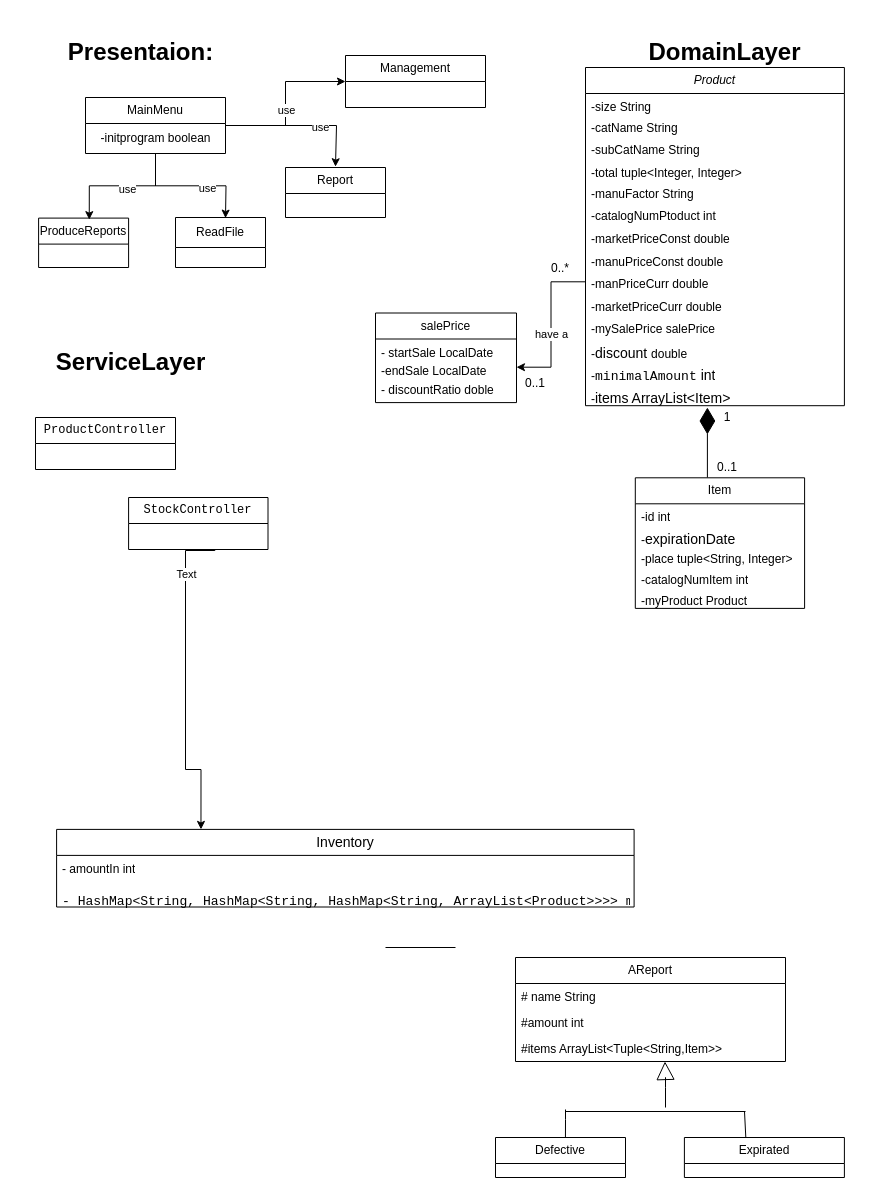
This is docs/ClassDiagram.drawio from NatallieMirelashvili/ADSS_Group_E, a draw.io file, before an edit. Source tidied: cells renumbered, new cells numbered last; positions are measured from the earlier drawing's top-left corner, leaving out a move shared by most shapes. Both pictures are drawn from the tidied source at 100%, with x=0, y=0 at pixel (16, 17).
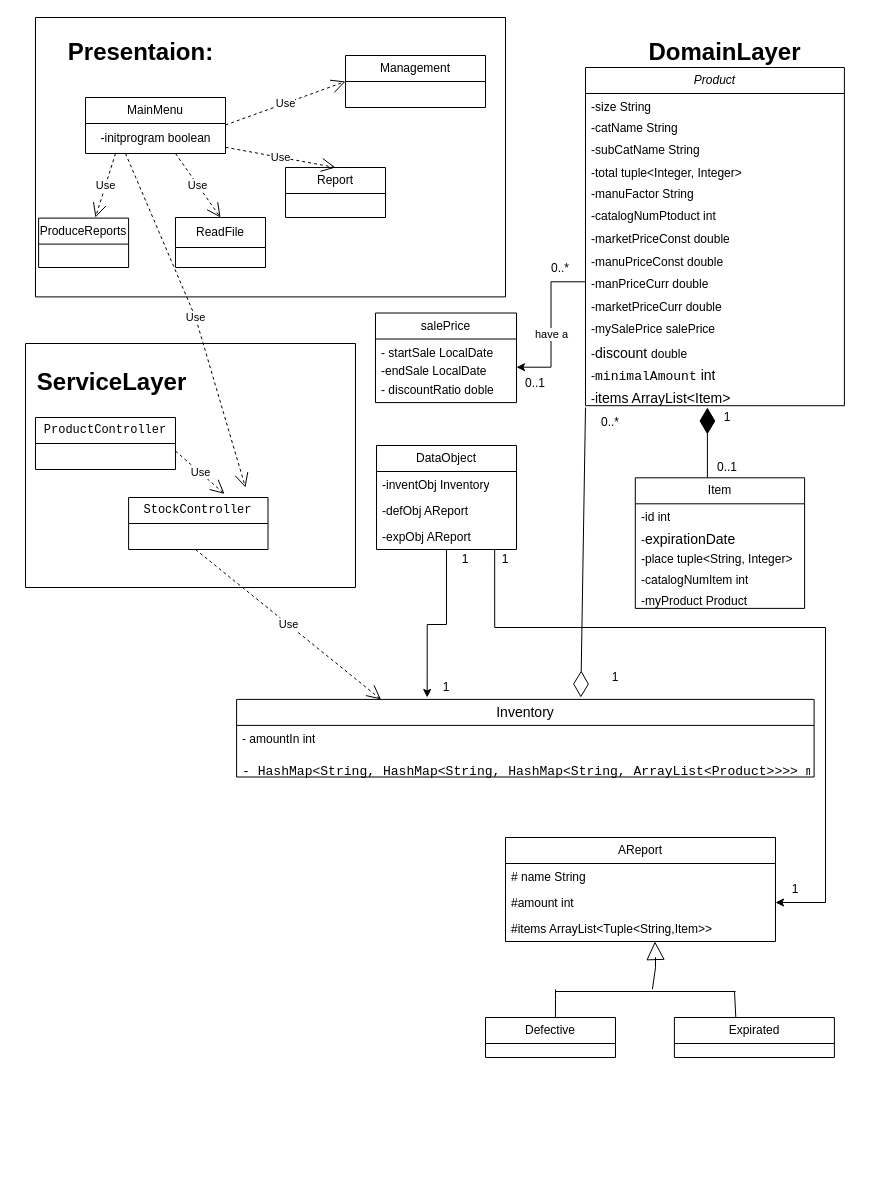
The same diagram, later.

The change refers to these unchanged cells:
```xml
<mxCell id="5" value="Management" style="swimlane;fontStyle=0;horizontal=1;startSize=26;fillColor=none;whiteSpace=wrap;html=1;" parent="1" vertex="1">
  <mxGeometry x="329" y="38" width="140" height="52" as="geometry" />
</mxCell>
<mxCell id="17" value="&lt;div style=&quot;font-family: &amp;quot;Segoe UI&amp;quot;; font-size: 9pt;&quot;&gt;&lt;pre style=&quot;&quot;&gt;StockController&lt;/pre&gt;&lt;/div&gt;" style="swimlane;fontStyle=0;horizontal=1;startSize=26;fillColor=none;whiteSpace=wrap;html=1;" parent="1" vertex="1">
  <mxGeometry x="112.1" y="480" width="139.4" height="52" as="geometry" />
</mxCell>
<mxCell id="20" style="group;" parent="19" vertex="1">
  <mxGeometry x="210" width="258.9" height="540.9" as="geometry" />
</mxCell>
<mxCell id="56" value="#amount int" style="text;strokeColor=none;fillColor=none;align=left;verticalAlign=top;spacingLeft=4;spacingRight=4;overflow=hidden;points=[[0,0.5],[1,0.5]];portConstraint=eastwest;whiteSpace=wrap;html=1;" parent="54" vertex="1">
  <mxGeometry y="52" width="270" height="26" as="geometry" />
</mxCell>
```

Diff of the diagram source:
```diff
@@
-    <mxCell id="2" value="Expirated" style="swimlane;fontStyle=0;horizontal=1;startSize=26;fillColor=none;whiteSpace=wrap;html=1;" parent="1" vertex="1">
-      <mxGeometry x="667.9" y="1120" width="160" height="40" as="geometry" />
-    </mxCell>
-    <mxCell id="3" value="Defective" style="swimlane;fontStyle=0;horizontal=1;startSize=26;fillColor=none;whiteSpace=wrap;html=1;" parent="1" vertex="1">
-      <mxGeometry x="479" y="1120" width="130" height="40" as="geometry" />
-    </mxCell>
-    <mxCell id="4" style="endArrow=block;endSize=16;endFill=0;html=1;rounded=0;entryX=0.5;entryY=1;entryDx=0;entryDy=0;" parent="1" edge="1">
-      <mxGeometry relative="1" as="geometry">
-        <mxPoint x="649" y="1090" as="sourcePoint" />
-        <mxPoint x="648.5" y="1044" as="targetPoint" />
-        <Array as="points">
-          <mxPoint x="649" y="1070" />
-          <mxPoint x="649" y="1060" />
-        </Array>
-      </mxGeometry>
-    </mxCell>
@@
-    <mxCell id="6" style="edgeStyle=orthogonalEdgeStyle;rounded=0;jettySize=auto;html=1;entryX=0;entryY=0.5;entryDx=0;entryDy=0;" parent="1" edge="1" source="65" target="5">
-      <mxGeometry relative="1" as="geometry" />
-    </mxCell>
-    <mxCell id="7" value="use" style="edgeLabel;html=1;align=center;verticalAlign=middle;" parent="6" vertex="1">
-      <mxGeometry x="-0.07" relative="1" as="geometry" />
-    </mxCell>
@@
-    <mxCell id="11" style="group;" parent="1" vertex="1">
-      <mxGeometry x="0.3" y="790" width="617.3" height="120.7" as="geometry" />
-    </mxCell>
-    <mxCell id="12" value="&lt;span style=&quot;font-family: Assistant; font-size: 14px; text-align: start;&quot;&gt;Inventory&lt;/span&gt;" style="swimlane;fontStyle=0;horizontal=1;startSize=26;fillColor=none;whiteSpace=wrap;html=1;" parent="11" vertex="1">
-      <mxGeometry x="39.8" y="21.9" width="577.5" height="77.6" as="geometry" />
-    </mxCell>
-    <mxCell id="13" value="- amountIn int&lt;div&gt;&lt;br&gt;&lt;/div&gt;" style="text;strokeColor=none;fillColor=none;align=left;verticalAlign=top;spacingLeft=4;spacingRight=4;overflow=hidden;whiteSpace=wrap;html=1;" parent="12" vertex="1">
-      <mxGeometry y="26" width="577.5" height="18.7" as="geometry" />
-    </mxCell>
-    <mxCell id="14" value="&lt;div style=&quot;font-family: &amp;quot;JetBrains Mono&amp;quot;, monospace; font-size: 9.8pt;&quot;&gt;&lt;pre style=&quot;&quot;&gt;- HashMap&amp;lt;String, HashMap&amp;lt;String, HashMap&amp;lt;String, ArrayList&amp;lt;Product&amp;gt;&amp;gt;&amp;gt;&amp;gt; myStock&lt;/pre&gt;&lt;/div&gt;" style="text;strokeColor=none;fillColor=none;align=left;verticalAlign=top;spacingLeft=4;spacingRight=4;overflow=hidden;whiteSpace=wrap;html=1;" parent="12" vertex="1">
-      <mxGeometry y="44.7" width="577.5" height="32.9" as="geometry" />
-    </mxCell>
-    <mxCell id="15" style="edgeStyle=orthogonalEdgeStyle;rounded=0;jettySize=auto;html=1;entryX=0.25;entryY=0;entryDx=0;entryDy=0;" parent="1" edge="1" target="12">
-      <mxGeometry relative="1" as="geometry">
-        <mxPoint x="198.4" y="532" as="sourcePoint" />
-        <Array as="points">
-          <mxPoint x="198" y="533" />
-          <mxPoint x="169" y="533" />
-          <mxPoint x="169" y="752" />
-          <mxPoint x="185" y="752" />
-        </Array>
-      </mxGeometry>
-    </mxCell>
-    <mxCell id="16" value="Text" style="edgeLabel;html=1;align=center;verticalAlign=middle;" parent="15" vertex="1">
-      <mxGeometry x="-0.67" relative="1" as="geometry" />
-    </mxCell>
@@
     <mxCell id="18" value="&lt;h1&gt;ServiceLayer&lt;/h1&gt;" style="text;html=1;align=center;verticalAlign=middle;strokeColor=none;fillColor=none;" parent="1" vertex="1">
-      <mxGeometry x="29" y="310" width="170" height="70" as="geometry" />
+      <mxGeometry x="10.3" y="330" width="170" height="70" as="geometry" />
     </mxCell>
     <mxCell id="19" style="group;" parent="1" vertex="1">
-      <mxGeometry x="359" y="50" width="468.9" height="540.9" as="geometry" />
+      <mxGeometry x="359" y="50" width="468.9" height="650.7" as="geometry" />
     </mxCell>
@@
+    <mxCell id="74" value="0..*" style="text;strokeColor=none;align=center;fillColor=none;html=1;verticalAlign=middle;whiteSpace=wrap;rounded=0;" parent="20" vertex="1">
+      <mxGeometry y="340" width="50" height="30" as="geometry" />
+    </mxCell>
@@
     <mxCell id="47" style="group;" parent="19" vertex="1">
-      <mxGeometry y="186.1" width="141" height="215.9" as="geometry" />
+      <mxGeometry y="186.1" width="141" height="295.9" as="geometry" />
     </mxCell>
@@
+    <mxCell id="75" value="DataObject" style="swimlane;fontStyle=0;horizontal=1;startSize=26;fillColor=none;whiteSpace=wrap;html=1;" parent="47" vertex="1">
+      <mxGeometry x="1" y="191.9" width="140" height="104" as="geometry" />
+    </mxCell>
+    <mxCell id="76" value="-inventObj Inventory" style="text;strokeColor=none;fillColor=none;align=left;verticalAlign=top;spacingLeft=4;spacingRight=4;overflow=hidden;whiteSpace=wrap;html=1;" parent="75" vertex="1">
+      <mxGeometry y="26" width="140" height="26" as="geometry" />
+    </mxCell>
+    <mxCell id="77" value="-defObj AReport" style="text;strokeColor=none;fillColor=none;align=left;verticalAlign=top;spacingLeft=4;spacingRight=4;overflow=hidden;whiteSpace=wrap;html=1;" parent="75" vertex="1">
+      <mxGeometry y="52" width="140" height="26" as="geometry" />
+    </mxCell>
+    <mxCell id="78" value="-expObj AReport" style="text;strokeColor=none;fillColor=none;align=left;verticalAlign=top;spacingLeft=4;spacingRight=4;overflow=hidden;points=[[0,0.5],[1,0.5]];portConstraint=eastwest;whiteSpace=wrap;html=1;" parent="75" vertex="1">
+      <mxGeometry y="78" width="140" height="26" as="geometry" />
+    </mxCell>
@@
+    <mxCell id="79" value="1" style="text;strokeColor=none;align=center;fillColor=none;html=1;verticalAlign=middle;whiteSpace=wrap;rounded=0;" parent="19" vertex="1">
+      <mxGeometry x="220" y="600" width="40" height="20" as="geometry" />
+    </mxCell>
+    <mxCell id="80" value="1" style="text;strokeColor=none;align=center;fillColor=none;html=1;verticalAlign=middle;whiteSpace=wrap;rounded=0;" parent="19" vertex="1">
+      <mxGeometry x="70" y="482" width="40" height="20" as="geometry" />
+    </mxCell>
+    <mxCell id="81" value="1" style="text;strokeColor=none;align=center;fillColor=none;html=1;verticalAlign=middle;whiteSpace=wrap;rounded=0;" parent="19" vertex="1">
+      <mxGeometry x="110" y="482" width="40" height="20" as="geometry" />
+    </mxCell>
+    <mxCell id="82" style="swimlane;startSize=0;" parent="19" vertex="1">
+      <mxGeometry x="-340" y="-50" width="470" height="279.4" as="geometry" />
+    </mxCell>
+    <mxCell id="65" value="MainMenu" style="swimlane;fontStyle=0;horizontal=1;startSize=26;fillColor=none;whiteSpace=wrap;html=1;" parent="1" vertex="1">
+      <mxGeometry x="69" y="80" width="140" height="56" as="geometry" />
+    </mxCell>
+    <mxCell id="66" value="ProduceReports" style="swimlane;fontStyle=0;horizontal=1;startSize=26;fillColor=none;whiteSpace=wrap;html=1;" parent="1" vertex="1">
+      <mxGeometry x="22.1" y="200.6" width="90" height="49.4" as="geometry" />
+    </mxCell>
+    <mxCell id="71" value="ReadFile" style="swimlane;fontStyle=0;horizontal=1;startSize=30;fillColor=none;whiteSpace=wrap;html=1;" parent="1" vertex="1">
+      <mxGeometry x="159" y="200" width="90" height="50" as="geometry" />
+    </mxCell>
+    <mxCell id="72" value="-initprogram boolean" style="text;html=1;align=center;verticalAlign=middle;strokeColor=none;fillColor=none;" parent="1" vertex="1">
+      <mxGeometry x="69" y="106" width="140" height="30" as="geometry" />
+    </mxCell>
+    <mxCell id="73" value="Report" style="swimlane;fontStyle=0;horizontal=1;startSize=26;fillColor=none;whiteSpace=wrap;html=1;" parent="1" vertex="1">
+      <mxGeometry x="269" y="150" width="100" height="50" as="geometry" />
+    </mxCell>
+    <mxCell id="83" value="Use" style="endArrow=open;endSize=12;dashed=1;html=1;rounded=0;entryX=0;entryY=0.5;entryDx=0;entryDy=0;" parent="1" edge="1" target="5">
+      <mxGeometry relative="1" as="geometry">
+        <mxPoint x="209" y="107.5" as="sourcePoint" />
+      </mxGeometry>
+    </mxCell>
+    <mxCell id="84" value="Use" style="endArrow=open;endSize=12;dashed=1;html=1;rounded=0;entryX=0.5;entryY=0;entryDx=0;entryDy=0;" parent="1" edge="1" target="71">
+      <mxGeometry relative="1" as="geometry">
+        <mxPoint x="159" y="136" as="sourcePoint" />
+      </mxGeometry>
+    </mxCell>
+    <mxCell id="85" value="Use" style="endArrow=open;endSize=12;dashed=1;html=1;rounded=0;entryX=0.5;entryY=0;entryDx=0;entryDy=0;" parent="1" edge="1" target="73">
+      <mxGeometry relative="1" as="geometry">
+        <mxPoint x="209" y="129.8" as="sourcePoint" />
+      </mxGeometry>
+    </mxCell>
+    <mxCell id="86" value="Use" style="endArrow=open;endSize=12;dashed=1;html=1;rounded=0;entryX=0.632;entryY=-0.012;entryDx=0;entryDy=0;entryPerimeter=0;" parent="1" edge="1" target="66">
+      <mxGeometry relative="1" as="geometry">
+        <mxPoint x="99" y="136" as="sourcePoint" />
+      </mxGeometry>
+    </mxCell>
+    <mxCell id="87" value="Use" style="endArrow=open;endSize=12;dashed=1;html=1;rounded=0;entryX=0.25;entryY=0;entryDx=0;entryDy=0;" parent="1" edge="1" target="12">
+      <mxGeometry relative="1" as="geometry">
+        <mxPoint x="179" y="532" as="sourcePoint" />
+      </mxGeometry>
+    </mxCell>
+    <mxCell id="88" value="Use" style="endArrow=open;endSize=12;dashed=1;html=1;rounded=0;entryX=0.688;entryY=-0.069;entryDx=0;entryDy=0;entryPerimeter=0;" parent="1" edge="1" target="17">
+      <mxGeometry relative="1" as="geometry">
+        <mxPoint x="159" y="433.5" as="sourcePoint" />
+      </mxGeometry>
+    </mxCell>
+    <mxCell id="11" style="group;" parent="1" vertex="1">
+      <mxGeometry x="180.3" y="660" width="617.3" height="120.7" as="geometry" />
+    </mxCell>
+    <mxCell id="12" value="&lt;span style=&quot;font-family: Assistant; font-size: 14px; text-align: start;&quot;&gt;Inventory&lt;/span&gt;" style="swimlane;fontStyle=0;horizontal=1;startSize=26;fillColor=none;whiteSpace=wrap;html=1;" parent="11" vertex="1">
+      <mxGeometry x="39.8" y="21.9" width="577.5" height="77.6" as="geometry" />
+    </mxCell>
+    <mxCell id="13" value="- amountIn int&lt;div&gt;&lt;br&gt;&lt;/div&gt;" style="text;strokeColor=none;fillColor=none;align=left;verticalAlign=top;spacingLeft=4;spacingRight=4;overflow=hidden;whiteSpace=wrap;html=1;" parent="12" vertex="1">
+      <mxGeometry y="26" width="577.5" height="18.7" as="geometry" />
+    </mxCell>
+    <mxCell id="14" value="&lt;div style=&quot;font-family: &amp;quot;JetBrains Mono&amp;quot;, monospace; font-size: 9.8pt;&quot;&gt;&lt;pre style=&quot;&quot;&gt;- HashMap&amp;lt;String, HashMap&amp;lt;String, HashMap&amp;lt;String, ArrayList&amp;lt;Product&amp;gt;&amp;gt;&amp;gt;&amp;gt; myStock&lt;/pre&gt;&lt;/div&gt;" style="text;strokeColor=none;fillColor=none;align=left;verticalAlign=top;spacingLeft=4;spacingRight=4;overflow=hidden;whiteSpace=wrap;html=1;" parent="12" vertex="1">
+      <mxGeometry y="44.7" width="577.5" height="32.9" as="geometry" />
+    </mxCell>
+    <mxCell id="89" style="endArrow=diamondThin;endFill=0;endSize=24;html=1;rounded=0;exitX=0;exitY=0;exitDx=0;exitDy=0;" parent="12" edge="1" source="74">
+      <mxGeometry relative="1" as="geometry">
+        <mxPoint x="344.2" y="-1.9" as="targetPoint" />
+      </mxGeometry>
+    </mxCell>
+    <mxCell id="90" value="1" style="text;strokeColor=none;align=center;fillColor=none;html=1;verticalAlign=middle;whiteSpace=wrap;rounded=0;" parent="11" vertex="1">
+      <mxGeometry x="229.2" width="40" height="20" as="geometry" />
+    </mxCell>
+    <mxCell id="91" style="edgeStyle=orthogonalEdgeStyle;rounded=0;jettySize=auto;html=1;entryX=0.33;entryY=-0.025;entryDx=0;entryDy=0;entryPerimeter=0;" parent="1" edge="1" source="75" target="12">
+      <mxGeometry relative="1" as="geometry" />
+    </mxCell>
+    <mxCell id="92" style="group;" parent="1" vertex="1">
+      <mxGeometry x="469" y="820" width="348.9" height="220" as="geometry" />
+    </mxCell>
+    <mxCell id="2" value="Expirated" style="swimlane;fontStyle=0;horizontal=1;startSize=26;fillColor=none;whiteSpace=wrap;html=1;" parent="92" vertex="1">
+      <mxGeometry x="188.9" y="180" width="160" height="40" as="geometry" />
+    </mxCell>
+    <mxCell id="3" value="Defective" style="swimlane;fontStyle=0;horizontal=1;startSize=26;fillColor=none;whiteSpace=wrap;html=1;" parent="92" vertex="1">
+      <mxGeometry y="180" width="130" height="40" as="geometry" />
+    </mxCell>
+    <mxCell id="4" style="endArrow=block;endSize=16;endFill=0;html=1;rounded=0;entryX=0.5;entryY=1;entryDx=0;entryDy=0;exitX=0.538;exitY=0.38;exitDx=0;exitDy=0;exitPerimeter=0;" parent="92" edge="1" source="59">
+      <mxGeometry relative="1" as="geometry">
+        <mxPoint x="169.5" y="104" as="targetPoint" />
+        <Array as="points">
+          <mxPoint x="170" y="130" />
+          <mxPoint x="170" y="120" />
+        </Array>
+      </mxGeometry>
+    </mxCell>
-    <mxCell id="54" value="AReport" style="swimlane;fontStyle=0;horizontal=1;startSize=26;fillColor=none;whiteSpace=wrap;html=1;" parent="1" vertex="1">
-      <mxGeometry x="499" y="940" width="270" height="104" as="geometry" />
+    <mxCell id="54" value="AReport" style="swimlane;fontStyle=0;horizontal=1;startSize=26;fillColor=none;whiteSpace=wrap;html=1;" parent="92" vertex="1">
+      <mxGeometry x="20" width="270" height="104" as="geometry" />
     </mxCell>
@@
-    <mxCell id="58" style="line;strokeWidth=1;fillColor=none;align=left;verticalAlign=middle;spacingTop=-1;spacingLeft=3;spacingRight=3;labelPosition=right;strokeColor=inherit;" parent="1" vertex="1">
-      <mxGeometry x="649" y="1090" width="80" height="8" as="geometry" />
-    </mxCell>
-    <mxCell id="59" style="line;strokeWidth=1;fillColor=none;align=left;verticalAlign=middle;spacingTop=-1;spacingLeft=3;spacingRight=3;labelPosition=right;points=[];portConstraint=eastwest;strokeColor=inherit;" parent="1" vertex="1">
-      <mxGeometry x="549" y="1084" width="110" height="20" as="geometry" />
-    </mxCell>
-    <mxCell id="60" style="line;strokeWidth=1;fillColor=none;align=left;verticalAlign=middle;spacingTop=-1;spacingLeft=3;spacingRight=3;labelPosition=right;strokeColor=inherit;" parent="1" vertex="1">
-      <mxGeometry x="369" y="920" width="70" height="20" as="geometry" />
-    </mxCell>
-    <mxCell id="61" style="endArrow=none;html=1;rounded=0;exitX=0.538;exitY=0;exitDx=0;exitDy=0;exitPerimeter=0;" parent="1" edge="1" source="3">
+    <mxCell id="61" style="endArrow=none;html=1;rounded=0;exitX=0.538;exitY=0;exitDx=0;exitDy=0;exitPerimeter=0;" parent="92" edge="1" source="3">
       <mxGeometry relative="1" as="geometry">
-        <mxPoint x="549" y="1092" as="targetPoint" />
+        <mxPoint x="70" y="152" as="targetPoint" />
         <Array as="points">
-          <mxPoint x="549" y="1102" />
+          <mxPoint x="70" y="162" />
         </Array>
       </mxGeometry>
     </mxCell>
-    <mxCell id="62" style="endArrow=none;html=1;rounded=0;exitX=0.384;exitY=0.013;exitDx=0;exitDy=0;exitPerimeter=0;" parent="1" edge="1" source="2">
+    <mxCell id="62" style="endArrow=none;html=1;rounded=0;exitX=0.384;exitY=0.013;exitDx=0;exitDy=0;exitPerimeter=0;" parent="92" edge="1" source="2">
       <mxGeometry relative="1" as="geometry">
-        <mxPoint x="728" y="1094" as="targetPoint" />
+        <mxPoint x="249" y="154" as="targetPoint" />
       </mxGeometry>
     </mxCell>
-    <mxCell id="63" style="edgeStyle=orthogonalEdgeStyle;rounded=0;jettySize=auto;html=1;" parent="1" edge="1" source="65">
-      <mxGeometry relative="1" as="geometry">
-        <mxPoint x="319" y="149.2" as="targetPoint" />
-        <Array as="points">
-          <mxPoint x="320" y="108" />
-        </Array>
-      </mxGeometry>
-    </mxCell>
-    <mxCell id="64" value="use" style="edgeLabel;html=1;align=center;verticalAlign=middle;" parent="63" vertex="1">
-      <mxGeometry x="0.23" y="-1" relative="1" as="geometry" />
-    </mxCell>
-    <mxCell id="65" value="MainMenu" style="swimlane;fontStyle=0;horizontal=1;startSize=26;fillColor=none;whiteSpace=wrap;html=1;" parent="1" vertex="1">
-      <mxGeometry x="69" y="80" width="140" height="56" as="geometry" />
-    </mxCell>
-    <mxCell id="66" value="ProduceReports" style="swimlane;fontStyle=0;horizontal=1;startSize=26;fillColor=none;whiteSpace=wrap;html=1;" parent="1" vertex="1">
-      <mxGeometry x="22.1" y="200.6" width="90" height="49.4" as="geometry" />
-    </mxCell>
-    <mxCell id="67" style="edgeStyle=orthogonalEdgeStyle;rounded=0;jettySize=auto;html=1;entryX=0.563;entryY=0.031;entryDx=0;entryDy=0;entryPerimeter=0;" parent="1" edge="1" source="65" target="66">
-      <mxGeometry relative="1" as="geometry" />
-    </mxCell>
-    <mxCell id="68" value="use" style="edgeLabel;html=1;align=center;verticalAlign=middle;" parent="67" vertex="1">
-      <mxGeometry x="-0.08" y="3" relative="1" as="geometry" />
-    </mxCell>
-    <mxCell id="69" style="edgeStyle=orthogonalEdgeStyle;rounded=0;jettySize=auto;html=1;entryX=0.4;entryY=0;entryDx=0;entryDy=0;entryPerimeter=0;" parent="1" edge="1" source="65">
-      <mxGeometry relative="1" as="geometry">
-        <mxPoint x="209" y="200.6" as="targetPoint" />
-      </mxGeometry>
-    </mxCell>
-    <mxCell id="70" value="use" style="edgeLabel;html=1;align=center;verticalAlign=middle;" parent="69" vertex="1">
-      <mxGeometry x="0.24" y="-2" relative="1" as="geometry" />
-    </mxCell>
-    <mxCell id="71" value="ReadFile" style="swimlane;fontStyle=0;horizontal=1;startSize=30;fillColor=none;whiteSpace=wrap;html=1;" parent="1" vertex="1">
-      <mxGeometry x="159" y="200" width="90" height="50" as="geometry" />
-    </mxCell>
-    <mxCell id="72" value="-initprogram boolean" style="text;html=1;align=center;verticalAlign=middle;strokeColor=none;fillColor=none;" parent="1" vertex="1">
-      <mxGeometry x="69" y="106" width="140" height="30" as="geometry" />
-    </mxCell>
-    <mxCell id="73" value="Report" style="swimlane;fontStyle=0;horizontal=1;startSize=26;fillColor=none;whiteSpace=wrap;html=1;" parent="1" vertex="1">
-      <mxGeometry x="269" y="150" width="100" height="50" as="geometry" />
-    </mxCell>
+    <mxCell id="59" style="line;strokeWidth=1;align=left;verticalAlign=middle;spacingTop=-1;spacingLeft=3;spacingRight=3;labelPosition=right;points=[];portConstraint=eastwest;" parent="92" vertex="1">
+      <mxGeometry x="70.2" y="144" width="179.8" height="20" as="geometry" />
+    </mxCell>
+    <mxCell id="93" value="1" style="text;strokeColor=none;align=center;fillColor=none;html=1;verticalAlign=middle;whiteSpace=wrap;rounded=0;" parent="92" vertex="1">
+      <mxGeometry x="290" y="42" width="40" height="20" as="geometry" />
+    </mxCell>
+    <mxCell id="94" style="edgeStyle=orthogonalEdgeStyle;rounded=0;jettySize=auto;html=1;entryX=1;entryY=0.5;entryDx=0;entryDy=0;exitX=0.844;exitY=1.015;exitDx=0;exitDy=0;exitPerimeter=0;" parent="1" edge="1" source="78" target="56">
+      <mxGeometry relative="1" as="geometry">
+        <Array as="points">
+          <mxPoint x="478" y="610" />
+          <mxPoint x="809" y="610" />
+          <mxPoint x="809" y="885" />
+        </Array>
+      </mxGeometry>
+    </mxCell>
+    <mxCell id="95" value="Use" style="endArrow=open;endSize=12;dashed=1;html=1;rounded=0;" parent="1" edge="1">
+      <mxGeometry relative="1" as="geometry">
+        <mxPoint x="109" y="136" as="sourcePoint" />
+        <mxPoint x="229" y="470" as="targetPoint" />
+        <Array as="points">
+          <mxPoint x="179" y="300" />
+        </Array>
+      </mxGeometry>
+    </mxCell>
+    <mxCell id="96" style="swimlane;startSize=0;" parent="1" vertex="1">
+      <mxGeometry x="9" y="326" width="330" height="244" as="geometry" />
+    </mxCell>
```
